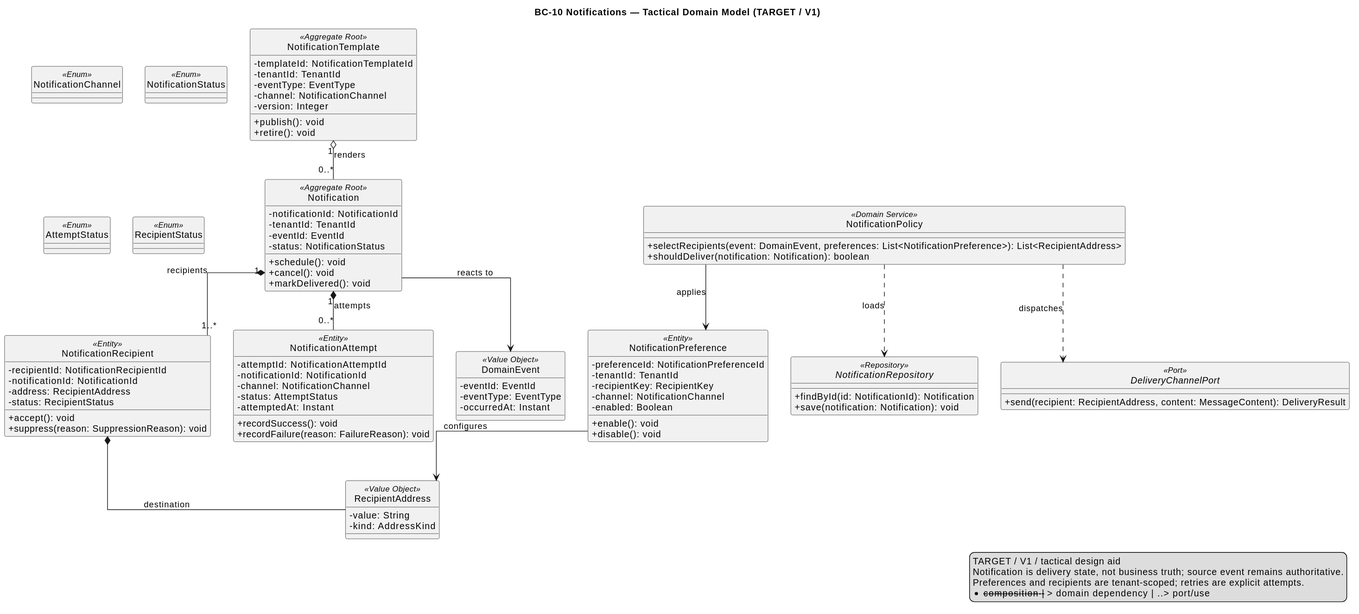
nexa-suite/blueprint keeps this PlantUML diagram as 01-shared/domain/bounded-contexts/BC-10-notifications/diagrams/BC10_Notifications.svg. Above is the earlier version. Its diagram source:
```plantuml
@startuml
title BC-10 Notifications — Tactical Domain Model (TARGET / V1)
hide circle
skinparam classAttributeIconSize 0
skinparam shadowing false
skinparam linetype ortho

class NotificationTemplate <<Aggregate Root>> {
  -templateId: NotificationTemplateId
  -tenantId: TenantId
  -eventType: EventType
  -channel: NotificationChannel
  -version: Integer
  +publish(): void
  +retire(): void
}

class Notification <<Aggregate Root>> {
  -notificationId: NotificationId
  -tenantId: TenantId
  -eventId: EventId
  -status: NotificationStatus
  +schedule(): void
  +cancel(): void
  +markDelivered(): void
}

class NotificationRecipient <<Entity>> {
  -recipientId: NotificationRecipientId
  -notificationId: NotificationId
  -address: RecipientAddress
  -status: RecipientStatus
  +accept(): void
  +suppress(reason: SuppressionReason): void
}

class NotificationPreference <<Entity>> {
  -preferenceId: NotificationPreferenceId
  -tenantId: TenantId
  -recipientKey: RecipientKey
  -channel: NotificationChannel
  -enabled: Boolean
  +enable(): void
  +disable(): void
}

class NotificationAttempt <<Entity>> {
  -attemptId: NotificationAttemptId
  -notificationId: NotificationId
  -channel: NotificationChannel
  -status: AttemptStatus
  -attemptedAt: Instant
  +recordSuccess(): void
  +recordFailure(reason: FailureReason): void
}

class NotificationPolicy <<Domain Service>> {
  +selectRecipients(event: DomainEvent, preferences: List<NotificationPreference>): List<RecipientAddress>
  +shouldDeliver(notification: Notification): boolean
}

class RecipientAddress <<Value Object>> {
  -value: String
  -kind: AddressKind
}

class DomainEvent <<Value Object>> {
  -eventId: EventId
  -eventType: EventType
  -occurredAt: Instant
}

interface NotificationRepository <<Repository>> {
  +findById(id: NotificationId): Notification
  +save(notification: Notification): void
}

interface DeliveryChannelPort <<Port>> {
  +send(recipient: RecipientAddress, content: MessageContent): DeliveryResult
}

enum NotificationChannel <<Enum>>
enum NotificationStatus <<Enum>>
enum AttemptStatus <<Enum>>
enum RecipientStatus <<Enum>>

NotificationTemplate "1" o-- "0..*" Notification : renders
Notification "1" *-- "1..*" NotificationRecipient : recipients
Notification "1" *-- "0..*" NotificationAttempt : attempts
NotificationRecipient *-- RecipientAddress : destination
Notification --> DomainEvent : reacts to
NotificationPreference --> RecipientAddress : configures
NotificationPolicy ..> NotificationRepository : loads
NotificationPolicy ..> DeliveryChannelPort : dispatches
NotificationPolicy --> NotificationPreference : applies

legend right
TARGET / V1 / tactical design aid
Notification is delivery state, not business truth; source event remains authoritative.
Preferences and recipients are tenant-scoped; retries are explicit attempts.
*-- composition | --> domain dependency | ..> port/use
endlegend
@enduml
```
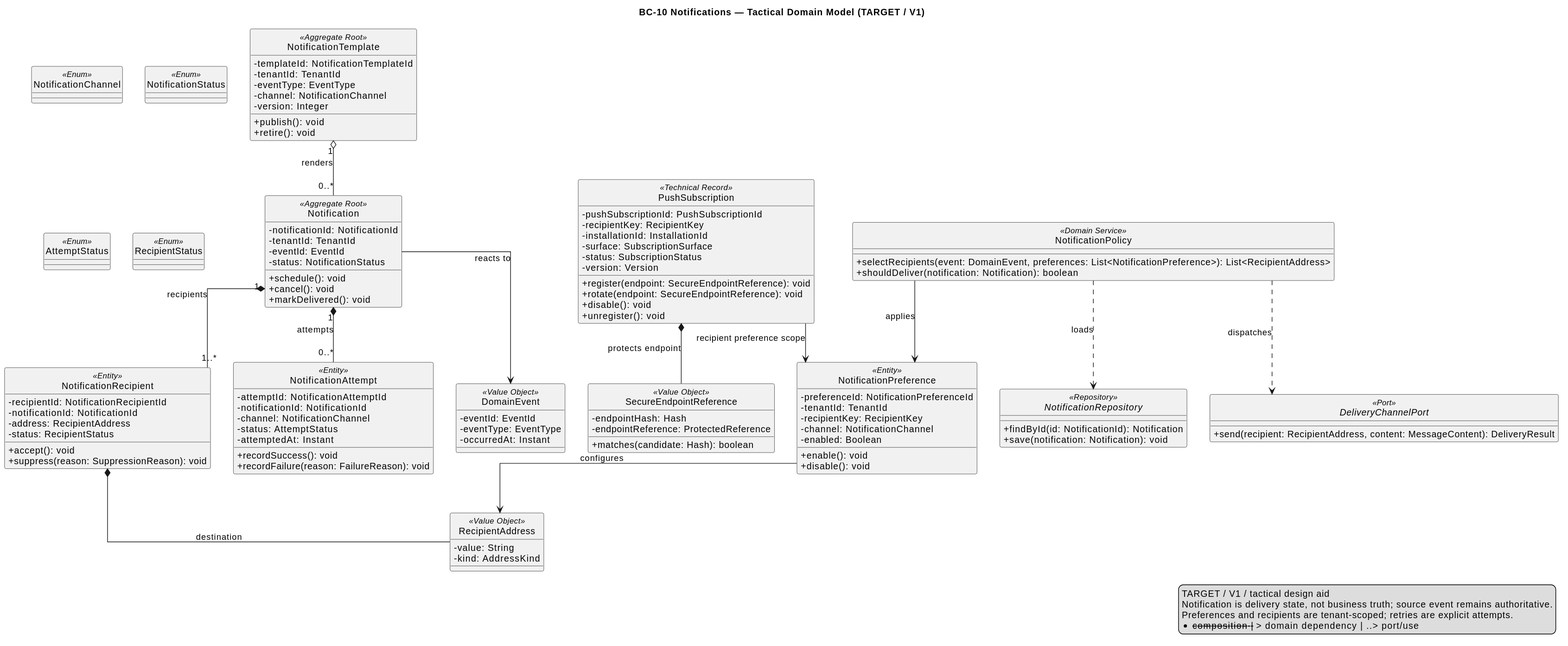
The same diagram one commit later.

Diff of the diagram source:
```diff
@@ -54,6 +54,19 @@
   +recordFailure(reason: FailureReason): void
 }
 
+class PushSubscription <<Technical Record>> {
+  -pushSubscriptionId: PushSubscriptionId
+  -recipientKey: RecipientKey
+  -installationId: InstallationId
+  -surface: SubscriptionSurface
+  -status: SubscriptionStatus
+  -version: Version
+  +register(endpoint: SecureEndpointReference): void
+  +rotate(endpoint: SecureEndpointReference): void
+  +disable(): void
+  +unregister(): void
+}
+
 class NotificationPolicy <<Domain Service>> {
   +selectRecipients(event: DomainEvent, preferences: List<NotificationPreference>): List<RecipientAddress>
   +shouldDeliver(notification: Notification): boolean
@@ -62,6 +75,12 @@
 class RecipientAddress <<Value Object>> {
   -value: String
   -kind: AddressKind
+}
+
+class SecureEndpointReference <<Value Object>> {
+  -endpointHash: Hash
+  -endpointReference: ProtectedReference
+  +matches(candidate: Hash): boolean
 }
 
 class DomainEvent <<Value Object>> {
@@ -87,6 +106,8 @@
 NotificationTemplate "1" o-- "0..*" Notification : renders
 Notification "1" *-- "1..*" NotificationRecipient : recipients
 Notification "1" *-- "0..*" NotificationAttempt : attempts
+PushSubscription *-- SecureEndpointReference : protects endpoint
+PushSubscription --> NotificationPreference : recipient preference scope
 NotificationRecipient *-- RecipientAddress : destination
 Notification --> DomainEvent : reacts to
 NotificationPreference --> RecipientAddress : configures
```
